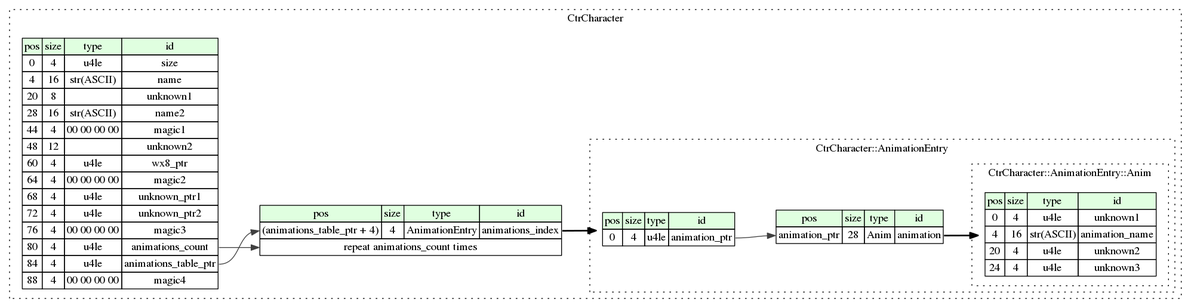
This is graphviz/ctr_character.png from tatref/libctr, a Graphviz export, as it was before one commit. Its source is kept beside it as graphviz/ctr_character.dot.
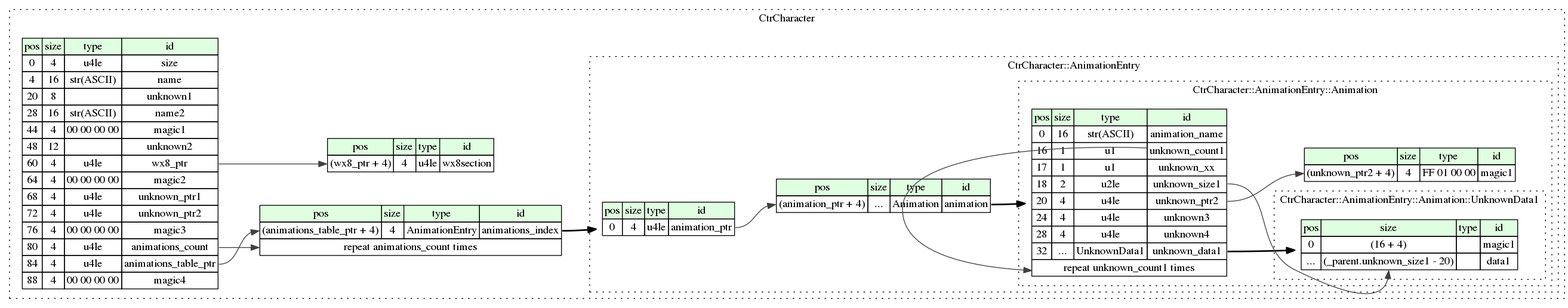
The same file after the commit.

The edit, as a diff of the source:
```diff
@@ -27,6 +27,10 @@
 			<TR><TD PORT="animations_index_pos">(animations_table_ptr + 4)</TD><TD PORT="animations_index_size">4</TD><TD>AnimationEntry</TD><TD PORT="animations_index_type">animations_index</TD></TR>
 			<TR><TD COLSPAN="4" PORT="animations_index__repeat">repeat animations_count times</TD></TR>
 		</TABLE>>];
+		ctr_character__inst__wx8section [label=<<TABLE BORDER="0" CELLBORDER="1" CELLSPACING="0">
+			<TR><TD BGCOLOR="#E0FFE0">pos</TD><TD BGCOLOR="#E0FFE0">size</TD><TD BGCOLOR="#E0FFE0">type</TD><TD BGCOLOR="#E0FFE0">id</TD></TR>
+			<TR><TD PORT="wx8section_pos">(wx8_ptr + 4)</TD><TD PORT="wx8section_size">4</TD><TD>u4le</TD><TD PORT="wx8section_type">wx8section</TD></TR>
+		</TABLE>>];
 		subgraph cluster__animation_entry {
 			label="CtrCharacter::AnimationEntry";
 			graph[style=dotted];
@@ -37,25 +41,49 @@
 			</TABLE>>];
 			animation_entry__inst__animation [label=<<TABLE BORDER="0" CELLBORDER="1" CELLSPACING="0">
 				<TR><TD BGCOLOR="#E0FFE0">pos</TD><TD BGCOLOR="#E0FFE0">size</TD><TD BGCOLOR="#E0FFE0">type</TD><TD BGCOLOR="#E0FFE0">id</TD></TR>
-				<TR><TD PORT="animation_pos">animation_ptr</TD><TD PORT="animation_size">28</TD><TD>Anim</TD><TD PORT="animation_type">animation</TD></TR>
+				<TR><TD PORT="animation_pos">(animation_ptr + 4)</TD><TD PORT="animation_size">...</TD><TD>Animation</TD><TD PORT="animation_type">animation</TD></TR>
 			</TABLE>>];
-			subgraph cluster__anim {
-				label="CtrCharacter::AnimationEntry::Anim";
+			subgraph cluster__animation {
+				label="CtrCharacter::AnimationEntry::Animation";
 				graph[style=dotted];
 
-				anim__seq [label=<<TABLE BORDER="0" CELLBORDER="1" CELLSPACING="0">
+				animation__seq [label=<<TABLE BORDER="0" CELLBORDER="1" CELLSPACING="0">
 					<TR><TD BGCOLOR="#E0FFE0">pos</TD><TD BGCOLOR="#E0FFE0">size</TD><TD BGCOLOR="#E0FFE0">type</TD><TD BGCOLOR="#E0FFE0">id</TD></TR>
-					<TR><TD PORT="unknown1_pos">0</TD><TD PORT="unknown1_size">4</TD><TD>u4le</TD><TD PORT="unknown1_type">unknown1</TD></TR>
-					<TR><TD PORT="animation_name_pos">4</TD><TD PORT="animation_name_size">16</TD><TD>str(ASCII)</TD><TD PORT="animation_name_type">animation_name</TD></TR>
-					<TR><TD PORT="unknown2_pos">20</TD><TD PORT="unknown2_size">4</TD><TD>u4le</TD><TD PORT="unknown2_type">unknown2</TD></TR>
+					<TR><TD PORT="animation_name_pos">0</TD><TD PORT="animation_name_size">16</TD><TD>str(ASCII)</TD><TD PORT="animation_name_type">animation_name</TD></TR>
+					<TR><TD PORT="unknown_count1_pos">16</TD><TD PORT="unknown_count1_size">1</TD><TD>u1</TD><TD PORT="unknown_count1_type">unknown_count1</TD></TR>
+					<TR><TD PORT="unknown_xx_pos">17</TD><TD PORT="unknown_xx_size">1</TD><TD>u1</TD><TD PORT="unknown_xx_type">unknown_xx</TD></TR>
+					<TR><TD PORT="unknown_size1_pos">18</TD><TD PORT="unknown_size1_size">2</TD><TD>u2le</TD><TD PORT="unknown_size1_type">unknown_size1</TD></TR>
+					<TR><TD PORT="unknown_ptr2_pos">20</TD><TD PORT="unknown_ptr2_size">4</TD><TD>u4le</TD><TD PORT="unknown_ptr2_type">unknown_ptr2</TD></TR>
 					<TR><TD PORT="unknown3_pos">24</TD><TD PORT="unknown3_size">4</TD><TD>u4le</TD><TD PORT="unknown3_type">unknown3</TD></TR>
+					<TR><TD PORT="unknown4_pos">28</TD><TD PORT="unknown4_size">4</TD><TD>u4le</TD><TD PORT="unknown4_type">unknown4</TD></TR>
+					<TR><TD PORT="unknown_data1_pos">32</TD><TD PORT="unknown_data1_size">...</TD><TD>UnknownData1</TD><TD PORT="unknown_data1_type">unknown_data1</TD></TR>
+					<TR><TD COLSPAN="4" PORT="unknown_data1__repeat">repeat unknown_count1 times</TD></TR>
 				</TABLE>>];
+				animation__inst__magic1 [label=<<TABLE BORDER="0" CELLBORDER="1" CELLSPACING="0">
+					<TR><TD BGCOLOR="#E0FFE0">pos</TD><TD BGCOLOR="#E0FFE0">size</TD><TD BGCOLOR="#E0FFE0">type</TD><TD BGCOLOR="#E0FFE0">id</TD></TR>
+					<TR><TD PORT="magic1_pos">(unknown_ptr2 + 4)</TD><TD PORT="magic1_size">4</TD><TD>FF 01 00 00</TD><TD PORT="magic1_type">magic1</TD></TR>
+				</TABLE>>];
+				subgraph cluster__unknown_data1 {
+					label="CtrCharacter::AnimationEntry::Animation::UnknownData1";
+					graph[style=dotted];
+
+					unknown_data1__seq [label=<<TABLE BORDER="0" CELLBORDER="1" CELLSPACING="0">
+						<TR><TD BGCOLOR="#E0FFE0">pos</TD><TD BGCOLOR="#E0FFE0">size</TD><TD BGCOLOR="#E0FFE0">type</TD><TD BGCOLOR="#E0FFE0">id</TD></TR>
+						<TR><TD PORT="magic1_pos">0</TD><TD PORT="magic1_size">(16 + 4)</TD><TD></TD><TD PORT="magic1_type">magic1</TD></TR>
+						<TR><TD PORT="data1_pos">...</TD><TD PORT="data1_size">(_parent.unknown_size1 - 20)</TD><TD></TD><TD PORT="data1_type">data1</TD></TR>
+					</TABLE>>];
+				}
 			}
 		}
 	}
 	ctr_character__seq:animations_table_ptr_type -> ctr_character__inst__animations_index:animations_index_pos [color="#404040"];
 	ctr_character__inst__animations_index:animations_index_type -> animation_entry__seq [style=bold];
 	ctr_character__seq:animations_count_type -> ctr_character__inst__animations_index:animations_index__repeat [color="#404040"];
+	ctr_character__seq:wx8_ptr_type -> ctr_character__inst__wx8section:wx8section_pos [color="#404040"];
 	animation_entry__seq:animation_ptr_type -> animation_entry__inst__animation:animation_pos [color="#404040"];
-	animation_entry__inst__animation:animation_type -> anim__seq [style=bold];
+	animation_entry__inst__animation:animation_type -> animation__seq [style=bold];
+	animation__seq:unknown_data1_type -> unknown_data1__seq [style=bold];
+	animation__seq:unknown_count1_type -> animation__seq:unknown_data1__repeat [color="#404040"];
+	animation__seq:unknown_ptr2_type -> animation__inst__magic1:magic1_pos [color="#404040"];
+	animation__seq:unknown_size1_type -> unknown_data1__seq:data1_size [color="#404040"];
 }
```
